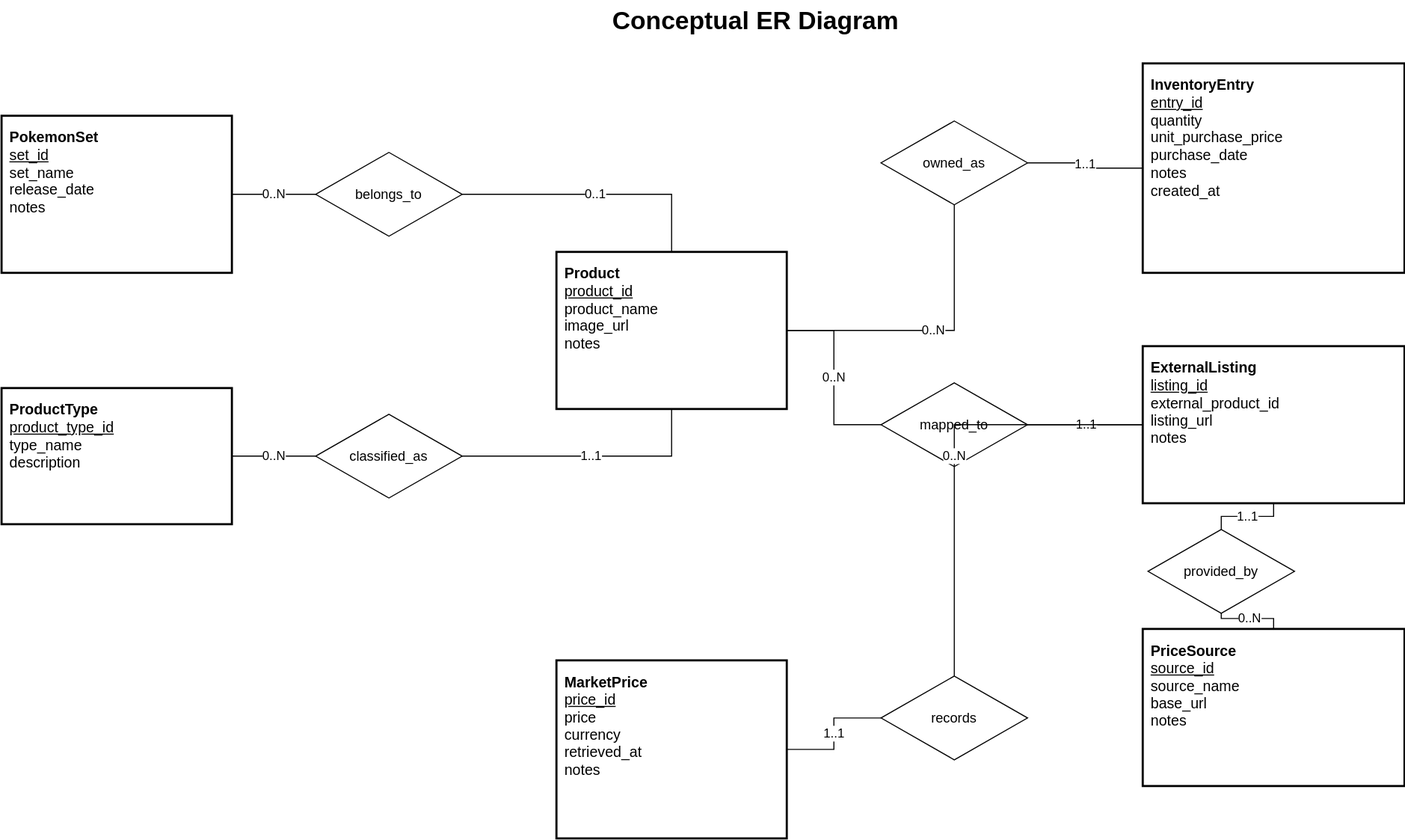
This is docs/diagrams/er-diagram.svg from EmmittFive/Sealed-Pokemon-Inventory-Tracker, a draw.io export, as it was before one commit. Source tidied: cells renumbered, new cells last; positions are measured from the earlier drawing's top-left corner, leaving out a move shared by most shapes.
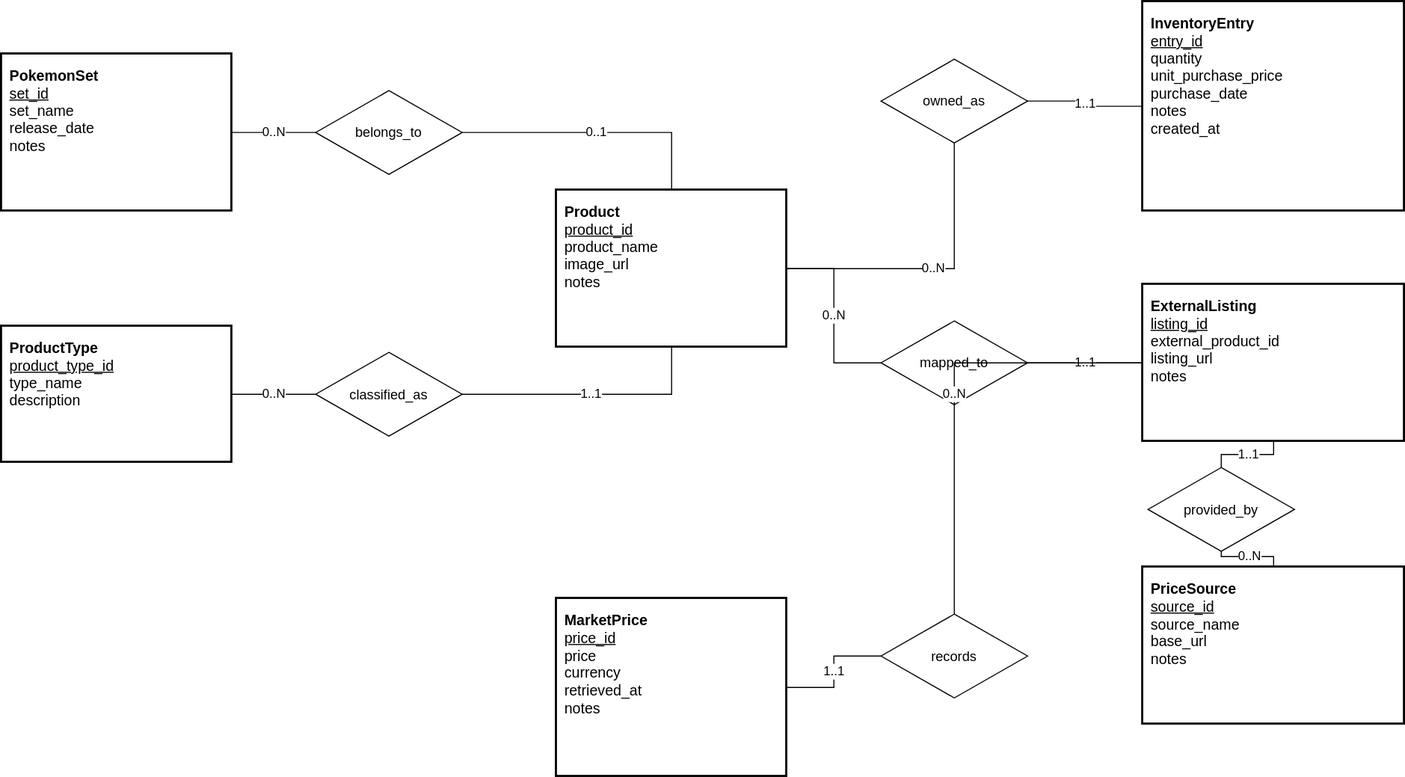
Above is the later version.

What changed in the source:
```diff
@@ -2,9 +2,6 @@
   <root>
     <mxCell id="0" />
     <mxCell id="1" parent="0" />
-    <mxCell id="2" value="Conceptual ER Diagram" style="text;html=1;strokeColor=none;fillColor=none;align=center;verticalAlign=middle;fontSize=24;fontStyle=1;" parent="1" vertex="1">
-      <mxGeometry x="250" width="940" height="40" as="geometry" />
-    </mxCell>
     <mxCell id="3" value="&lt;b&gt;PokemonSet&lt;/b&gt;&lt;br&gt;&lt;u&gt;set_id&lt;/u&gt;&lt;br&gt;set_name&lt;br&gt;release_date&lt;br&gt;notes" style="rounded=0;whiteSpace=wrap;html=1;align=left;verticalAlign=top;spacing=8;fontSize=14;strokeWidth=2;" parent="1" vertex="1">
       <mxGeometry y="110" width="220" height="150" as="geometry" />
     </mxCell>
```
